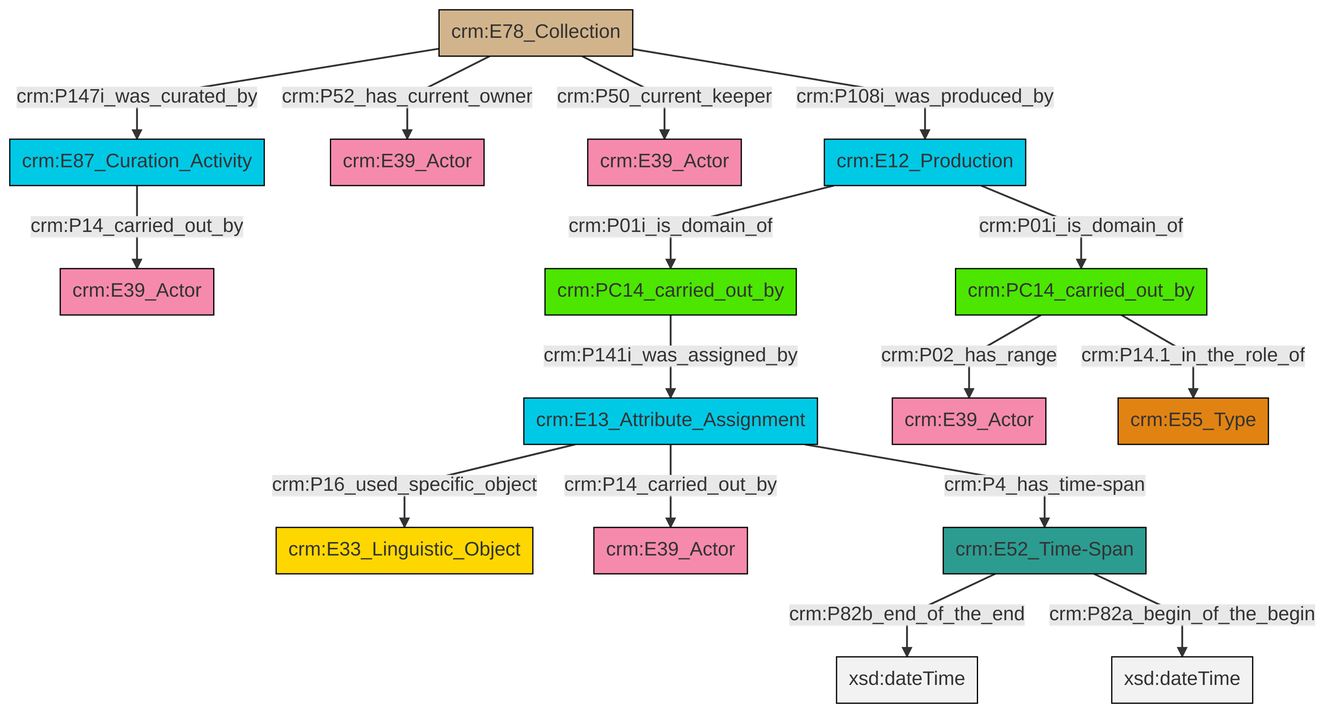
Before: et/archivalCSV/ttl/mmd/png/archival_relation.png, a diagram exported from Mermaid (swiss-art-research-net/docs.swissartresearch). Its source is kept beside it as et/archivalCSV/ttl/mmd/archival_relation.ttl.mmd.
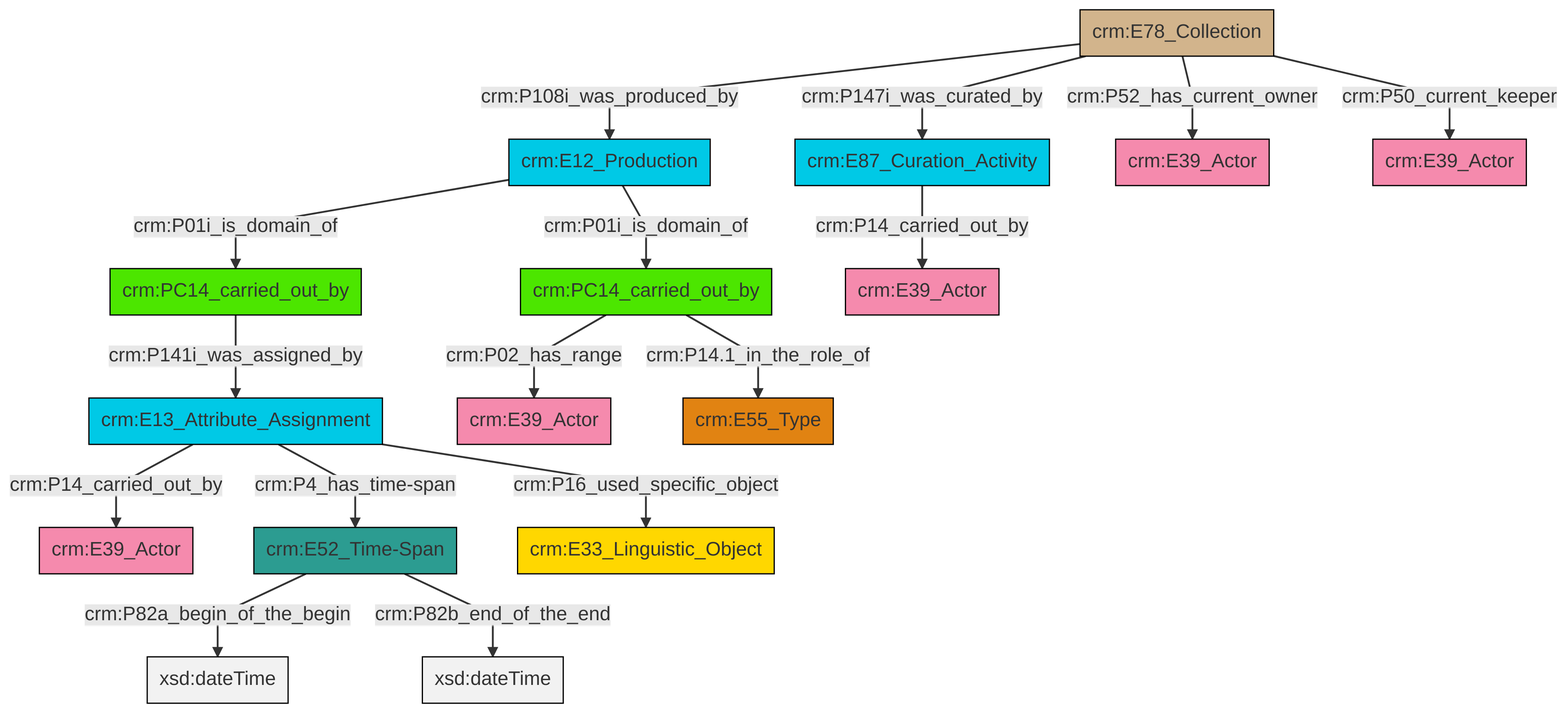
Later version of the same file.

What changed in the source:
```diff
@@ -13,18 +13,18 @@
 classDef PC_Classes fill:#4ce600, stroke:#000000;
 classDef Multi fill:#cccccc,stroke:#000000;
 
-8["crm:E13_Attribute_Assignment"]:::Temporal_Entity -->|crm:P14_carried_out_by| 9["crm:E39_Actor"]:::Actor
-16["crm:E52_Time-Span"]:::Time-Span -->|crm:P82b_end_of_the_end| 17[xsd:dateTime]:::Literal
-0["crm:E78_Collection"]:::Physical_Thing -->|crm:P50_current_keeper| 18["crm:E39_Actor"]:::Actor
-16["crm:E52_Time-Span"]:::Time-Span -->|crm:P82a_begin_of_the_begin| 19[xsd:dateTime]:::Literal
-8["crm:E13_Attribute_Assignment"]:::Temporal_Entity -->|crm:P16_used_specific_object| 6["crm:E33_Linguistic_Object"]:::Conceptual_Object
-12["crm:PC14_carried_out_by"]:::PC_Classes -->|crm:P02_has_range| 23["crm:E39_Actor"]:::Actor
-8["crm:E13_Attribute_Assignment"]:::Temporal_Entity -->|crm:P4_has_time-span| 16["crm:E52_Time-Span"]:::Time-Span
-0["crm:E78_Collection"]:::Physical_Thing -->|crm:P147i_was_curated_by| 21["crm:E87_Curation_Activity"]:::Temporal_Entity
-0["crm:E78_Collection"]:::Physical_Thing -->|crm:P108i_was_produced_by| 10["crm:E12_Production"]:::Temporal_Entity
-12["crm:PC14_carried_out_by"]:::PC_Classes -->|crm:P14.1_in_the_role_of| 27["crm:E55_Type"]:::Type
-10["crm:E12_Production"]:::Temporal_Entity -->|crm:P01i_is_domain_of| 12["crm:PC14_carried_out_by"]:::PC_Classes
-10["crm:E12_Production"]:::Temporal_Entity -->|crm:P01i_is_domain_of| 4["crm:PC14_carried_out_by"]:::PC_Classes
-4["crm:PC14_carried_out_by"]:::PC_Classes -->|crm:P141i_was_assigned_by| 8["crm:E13_Attribute_Assignment"]:::Temporal_Entity
-21["crm:E87_Curation_Activity"]:::Temporal_Entity -->|crm:P14_carried_out_by| 2["crm:E39_Actor"]:::Actor
-0["crm:E78_Collection"]:::Physical_Thing -->|crm:P52_has_current_owner| 14["crm:E39_Actor"]:::Actor
+4["crm:E78_Collection"]:::Physical_Thing -->|crm:P108i_was_produced_by| 5["crm:E12_Production"]:::Temporal_Entity
+2["crm:E13_Attribute_Assignment"]:::Temporal_Entity -->|crm:P14_carried_out_by| 8["crm:E39_Actor"]:::Actor
+4["crm:E78_Collection"]:::Physical_Thing -->|crm:P147i_was_curated_by| 6["crm:E87_Curation_Activity"]:::Temporal_Entity
+2["crm:E13_Attribute_Assignment"]:::Temporal_Entity -->|crm:P4_has_time-span| 11["crm:E52_Time-Span"]:::Time-Span
+5["crm:E12_Production"]:::Temporal_Entity -->|crm:P01i_is_domain_of| 15["crm:PC14_carried_out_by"]:::PC_Classes
+4["crm:E78_Collection"]:::Physical_Thing -->|crm:P52_has_current_owner| 20["crm:E39_Actor"]:::Actor
+11["crm:E52_Time-Span"]:::Time-Span -->|crm:P82a_begin_of_the_begin| 23[xsd:dateTime]:::Literal
+2["crm:E13_Attribute_Assignment"]:::Temporal_Entity -->|crm:P16_used_specific_object| 12["crm:E33_Linguistic_Object"]:::Conceptual_Object
+5["crm:E12_Production"]:::Temporal_Entity -->|crm:P01i_is_domain_of| 9["crm:PC14_carried_out_by"]:::PC_Classes
+9["crm:PC14_carried_out_by"]:::PC_Classes -->|crm:P02_has_range| 17["crm:E39_Actor"]:::Actor
+6["crm:E87_Curation_Activity"]:::Temporal_Entity -->|crm:P14_carried_out_by| 21["crm:E39_Actor"]:::Actor
+9["crm:PC14_carried_out_by"]:::PC_Classes -->|crm:P14.1_in_the_role_of| 0["crm:E55_Type"]:::Type
+4["crm:E78_Collection"]:::Physical_Thing -->|crm:P50_current_keeper| 26["crm:E39_Actor"]:::Actor
+15["crm:PC14_carried_out_by"]:::PC_Classes -->|crm:P141i_was_assigned_by| 2["crm:E13_Attribute_Assignment"]:::Temporal_Entity
+11["crm:E52_Time-Span"]:::Time-Span -->|crm:P82b_end_of_the_end| 29[xsd:dateTime]:::Literal
```
